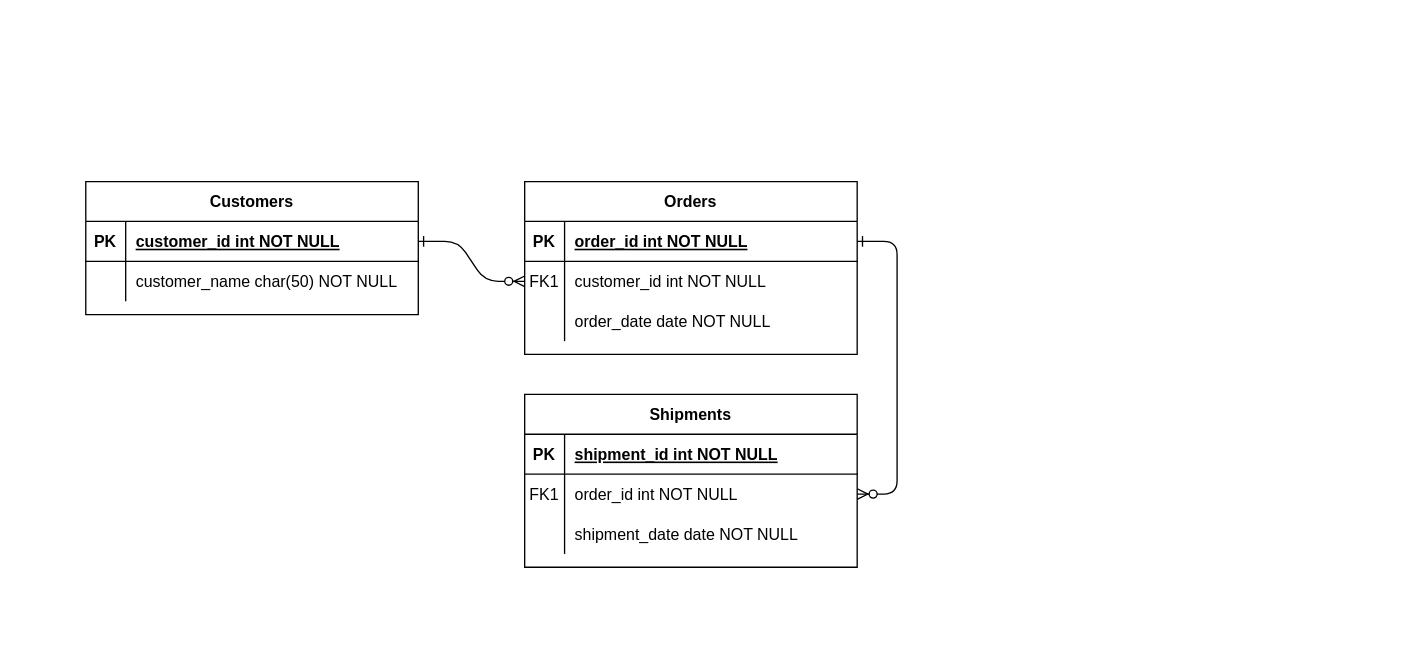
This is Diagrama sem nome.drawio from Leonardo-dSouza/meuprojetogit, a draw.io file, before an edit. Source tidied: cells renumbered, new cells numbered last; positions are measured from the earlier drawing's top-left corner, leaving out a move shared by most shapes. Both pictures are drawn from the tidied source at 133%, with x=0, y=0 at pixel (85, 181).
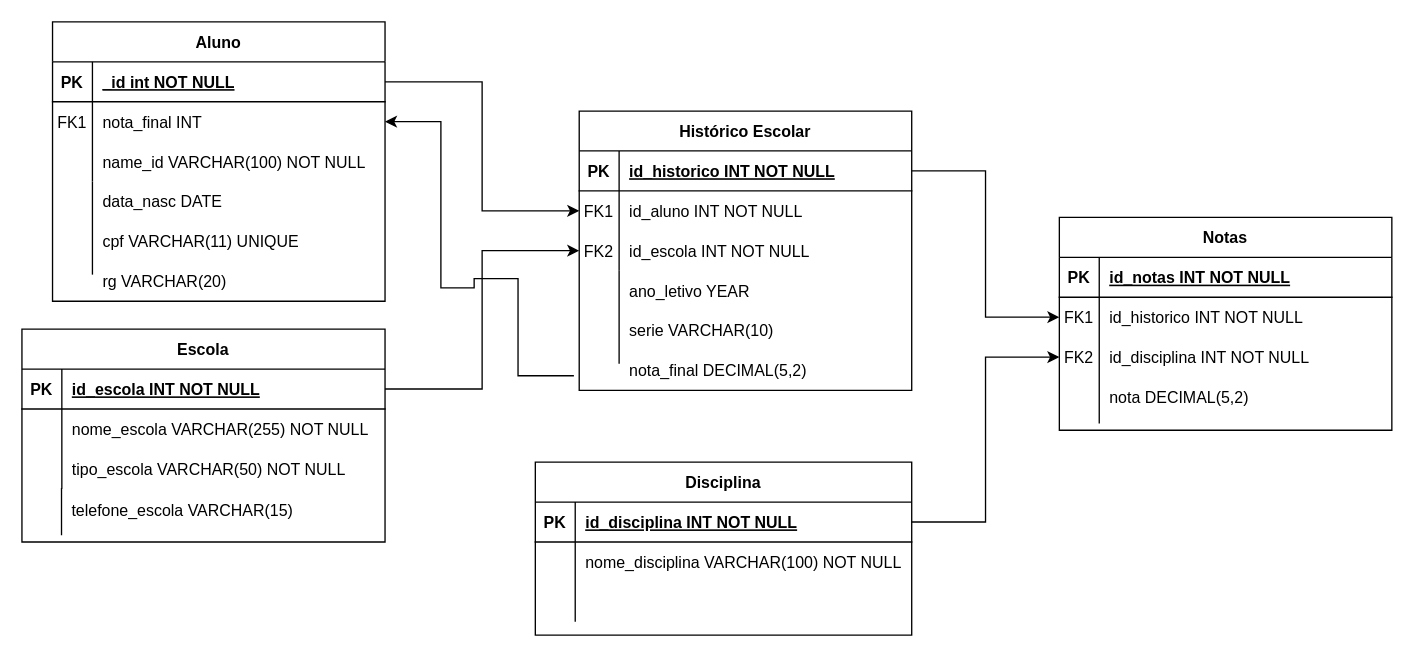
The same page after the edit.

Change to the diagram source:
```diff
@@
-    <mxCell id="2" style="edgeStyle=entityRelationEdgeStyle;endArrow=ERzeroToMany;startArrow=ERone;endFill=1;startFill=0;" parent="1" edge="1" source="25" target="8">
-      <mxGeometry relative="1" as="geometry" />
-    </mxCell>
-    <mxCell id="3" style="edgeStyle=entityRelationEdgeStyle;endArrow=ERzeroToMany;startArrow=ERone;endFill=1;startFill=0;" parent="1" edge="1" source="5" target="18">
-      <mxGeometry relative="1" as="geometry" />
-    </mxCell>
+    <mxCell id="31" value="Disciplina" style="shape=table;startSize=30;childLayout=tableLayout;rowLines=0;fontStyle=1;align=center;" parent="1" vertex="1">
+      <mxGeometry x="338" y="211" width="283" height="130" as="geometry" />
+    </mxCell>
+    <mxCell id="32" style="shape=partialRectangle;fillColor=none;points=[[0,0.5],[1,0.5]];portConstraint=eastwest;top=0;left=0;right=0;bottom=1;" parent="31" vertex="1">
+      <mxGeometry y="30" width="283" height="30" as="geometry" />
+    </mxCell>
+    <mxCell id="33" value="PK" style="shape=partialRectangle;overflow=hidden;fillColor=none;top=0;left=0;bottom=0;right=0;fontStyle=1;" parent="32" vertex="1">
+      <mxGeometry width="30" height="30" as="geometry" />
+    </mxCell>
+    <mxCell id="34" value="id_disciplina INT NOT NULL" style="shape=partialRectangle;overflow=hidden;fillColor=none;top=0;left=0;bottom=0;right=0;align=left;spacingLeft=6;fontStyle=5;" parent="32" vertex="1">
+      <mxGeometry x="30" width="253" height="30" as="geometry" />
+    </mxCell>
+    <mxCell id="35" style="shape=partialRectangle;fillColor=none;top=0;left=0;right=0;bottom=0;" parent="31" vertex="1">
+      <mxGeometry y="60" width="283" height="30" as="geometry" />
+    </mxCell>
+    <mxCell id="36" style="shape=partialRectangle;overflow=hidden;fillColor=none;top=0;left=0;bottom=0;right=0;" parent="35" vertex="1">
+      <mxGeometry width="30" height="30" as="geometry" />
+    </mxCell>
+    <mxCell id="37" value="nome_disciplina VARCHAR(100) NOT NULL" style="shape=partialRectangle;overflow=hidden;fillColor=none;top=0;left=0;bottom=0;right=0;align=left;spacingLeft=6;" parent="35" vertex="1">
+      <mxGeometry x="30" width="253" height="30" as="geometry" />
+    </mxCell>
+    <mxCell id="38" style="shape=partialRectangle;fillColor=none;top=0;left=0;right=0;bottom=0;" parent="31" vertex="1">
+      <mxGeometry y="90" width="283" height="30" as="geometry" />
+    </mxCell>
+    <mxCell id="39" style="shape=partialRectangle;overflow=hidden;fillColor=none;top=0;left=0;bottom=0;right=0;" parent="38" vertex="1">
+      <mxGeometry width="30" height="30" as="geometry" />
+    </mxCell>
+    <mxCell id="40" style="shape=partialRectangle;overflow=hidden;fillColor=none;top=0;left=0;bottom=0;right=0;align=left;spacingLeft=6;" parent="38" vertex="1">
+      <mxGeometry x="30" width="253" height="30" as="geometry" />
+    </mxCell>
+    <mxCell id="41" style="group;" parent="1" vertex="1">
+      <mxGeometry x="-25" y="-120" width="250" height="210" as="geometry" />
+    </mxCell>
+    <mxCell id="14" value="Aluno" style="shape=table;startSize=30;childLayout=tableLayout;rowLines=0;fontStyle=1;align=center;swimlaneLine=1;" parent="41" vertex="1">
+      <mxGeometry width="250" height="210" as="geometry" />
+    </mxCell>
+    <mxCell id="15" style="shape=partialRectangle;fillColor=none;points=[[0,0.5],[1,0.5]];portConstraint=eastwest;top=0;left=0;right=0;bottom=1;swimlaneLine=1;" parent="14" vertex="1">
+      <mxGeometry y="30" width="250" height="30" as="geometry" />
+    </mxCell>
+    <mxCell id="16" value="PK" style="shape=partialRectangle;overflow=hidden;fillColor=none;top=0;left=0;bottom=0;right=0;fontStyle=1;swimlaneLine=1;" parent="15" vertex="1">
+      <mxGeometry width="30" height="30" as="geometry" />
+    </mxCell>
+    <mxCell id="17" value="_id int NOT NULL " style="shape=partialRectangle;overflow=hidden;fillColor=none;top=0;left=0;bottom=0;right=0;align=left;spacingLeft=6;fontStyle=5;swimlaneLine=1;" parent="15" vertex="1">
+      <mxGeometry x="30" width="220" height="30" as="geometry" />
+    </mxCell>
+    <mxCell id="18" style="shape=partialRectangle;fillColor=none;points=[[0,0.5],[1,0.5]];portConstraint=eastwest;top=0;left=0;right=0;bottom=0;swimlaneLine=1;" parent="14" vertex="1">
+      <mxGeometry y="60" width="250" height="30" as="geometry" />
+    </mxCell>
+    <mxCell id="19" value="FK1" style="shape=partialRectangle;overflow=hidden;fillColor=none;top=0;left=0;bottom=0;right=0;swimlaneLine=1;" parent="18" vertex="1">
+      <mxGeometry width="30" height="30" as="geometry" />
+    </mxCell>
+    <mxCell id="20" value="nota_final INT" style="shape=partialRectangle;overflow=hidden;fillColor=none;top=0;left=0;bottom=0;right=0;align=left;spacingLeft=6;swimlaneLine=1;" parent="18" vertex="1">
+      <mxGeometry x="30" width="220" height="30" as="geometry" />
+    </mxCell>
+    <mxCell id="21" style="shape=partialRectangle;fillColor=none;top=0;left=0;right=0;bottom=0;swimlaneLine=1;" parent="14" vertex="1">
+      <mxGeometry y="90" width="250" height="30" as="geometry" />
+    </mxCell>
+    <mxCell id="22" style="shape=partialRectangle;overflow=hidden;fillColor=none;top=0;left=0;bottom=0;right=0;swimlaneLine=1;" parent="21" vertex="1">
+      <mxGeometry width="30" height="30" as="geometry" />
+    </mxCell>
+    <mxCell id="23" value="name_id VARCHAR(100) NOT NULL" style="shape=partialRectangle;overflow=hidden;fillColor=none;top=0;left=0;bottom=0;right=0;align=left;spacingLeft=6;swimlaneLine=1;" parent="21" vertex="1">
+      <mxGeometry x="30" width="220" height="30" as="geometry" />
+    </mxCell>
+    <mxCell id="42" style="line;strokeWidth=1;dashed=0;labelPosition=right;align=left;verticalAlign=middle;spacingTop=0;spacingLeft=6;rotation=90;swimlaneLine=1;" parent="41" vertex="1">
+      <mxGeometry x="-5" y="150" width="70" height="10" as="geometry" />
+    </mxCell>
+    <mxCell id="43" value="data_nasc DATE" style="shape=partialRectangle;overflow=hidden;fillColor=none;top=0;left=0;bottom=0;right=0;align=left;spacingLeft=6;swimlaneLine=1;" parent="41" vertex="1">
+      <mxGeometry x="30" y="120" width="220" height="30" as="geometry" />
+    </mxCell>
+    <mxCell id="44" value="cpf VARCHAR(11) UNIQUE" style="shape=partialRectangle;overflow=hidden;fillColor=none;top=0;left=0;bottom=0;right=0;align=left;spacingLeft=6;swimlaneLine=1;" parent="41" vertex="1">
+      <mxGeometry x="30" y="150" width="220" height="30" as="geometry" />
+    </mxCell>
+    <mxCell id="45" value="rg VARCHAR(20)" style="shape=partialRectangle;overflow=hidden;fillColor=none;top=0;left=0;bottom=0;right=0;align=left;spacingLeft=6;swimlaneLine=1;" parent="41" vertex="1">
+      <mxGeometry x="30" y="180" width="220" height="30" as="geometry" />
+    </mxCell>
+    <mxCell id="46" style="group;" parent="1" vertex="1">
+      <mxGeometry x="732" y="27" width="250" height="160" as="geometry" />
+    </mxCell>
+    <mxCell id="47" value="Notas" style="shape=table;startSize=30;childLayout=tableLayout;rowLines=0;fontStyle=1;align=center;" parent="46" vertex="1">
+      <mxGeometry width="250" height="160" as="geometry" />
+    </mxCell>
+    <mxCell id="48" style="shape=partialRectangle;fillColor=none;top=0;left=0;right=0;bottom=1;" parent="47" vertex="1">
+      <mxGeometry y="30" width="250" height="30" as="geometry" />
+    </mxCell>
+    <mxCell id="49" value="PK" style="shape=partialRectangle;overflow=hidden;fillColor=none;top=0;left=0;bottom=0;right=0;fontStyle=1;" parent="48" vertex="1">
+      <mxGeometry width="30" height="30" as="geometry" />
+    </mxCell>
+    <mxCell id="50" value="id_notas INT NOT NULL" style="shape=partialRectangle;overflow=hidden;fillColor=none;top=0;left=0;bottom=0;right=0;align=left;spacingLeft=6;fontStyle=5;" parent="48" vertex="1">
+      <mxGeometry x="30" width="220" height="30" as="geometry" />
+    </mxCell>
+    <mxCell id="51" style="shape=partialRectangle;fillColor=none;points=[[0,0.5],[1,0.5]];portConstraint=eastwest;top=0;left=0;right=0;bottom=0;" parent="47" vertex="1">
+      <mxGeometry y="60" width="250" height="30" as="geometry" />
+    </mxCell>
+    <mxCell id="52" value="FK1" style="shape=partialRectangle;overflow=hidden;fillColor=none;top=0;left=0;bottom=0;right=0;" parent="51" vertex="1">
+      <mxGeometry width="30" height="30" as="geometry" />
+    </mxCell>
+    <mxCell id="53" value="id_historico INT NOT NULL" style="shape=partialRectangle;overflow=hidden;fillColor=none;top=0;left=0;bottom=0;right=0;align=left;spacingLeft=6;" parent="51" vertex="1">
+      <mxGeometry x="30" width="220" height="30" as="geometry" />
+    </mxCell>
+    <mxCell id="54" style="shape=partialRectangle;fillColor=none;points=[[0,0.5],[1,0.5]];portConstraint=eastwest;top=0;left=0;right=0;bottom=0;" parent="47" vertex="1">
+      <mxGeometry y="90" width="250" height="30" as="geometry" />
+    </mxCell>
+    <mxCell id="55" value="FK2" style="shape=partialRectangle;overflow=hidden;fillColor=none;top=0;left=0;bottom=0;right=0;" parent="54" vertex="1">
+      <mxGeometry width="30" height="30" as="geometry" />
+    </mxCell>
+    <mxCell id="56" value="id_disciplina INT NOT NULL" style="shape=partialRectangle;overflow=hidden;fillColor=none;top=0;left=0;bottom=0;right=0;align=left;spacingLeft=6;" parent="54" vertex="1">
+      <mxGeometry x="30" width="220" height="30" as="geometry" />
+    </mxCell>
+    <mxCell id="57" style="line;strokeWidth=1;dashed=0;labelPosition=right;align=left;verticalAlign=middle;spacingTop=0;spacingLeft=6;rotation=90;swimlaneLine=1;" parent="46" vertex="1">
+      <mxGeometry x="12.5" y="132.5" width="35" height="10" as="geometry" />
+    </mxCell>
+    <mxCell id="58" value="nota DECIMAL(5,2)" style="shape=partialRectangle;overflow=hidden;fillColor=none;top=0;left=0;bottom=0;right=0;align=left;spacingLeft=6;swimlaneLine=1;" parent="46" vertex="1">
+      <mxGeometry x="30" y="120" width="220" height="30" as="geometry" />
+    </mxCell>
+    <mxCell id="59" style="group;" parent="1" vertex="1">
+      <mxGeometry x="371" y="-53" width="250" height="210" as="geometry" />
+    </mxCell>
+    <mxCell id="60" value="Histórico Escolar" style="shape=table;startSize=30;childLayout=tableLayout;rowLines=0;fontStyle=1;align=center;" parent="59" vertex="1">
+      <mxGeometry width="250" height="210" as="geometry" />
+    </mxCell>
+    <mxCell id="61" style="shape=partialRectangle;fillColor=none;points=[[0,0.5],[1,0.5]];portConstraint=eastwest;top=0;left=0;right=0;bottom=1;" parent="60" vertex="1">
+      <mxGeometry y="30" width="250" height="30" as="geometry" />
+    </mxCell>
+    <mxCell id="62" value="PK" style="shape=partialRectangle;overflow=hidden;fillColor=none;top=0;left=0;bottom=0;right=0;fontStyle=1;" parent="61" vertex="1">
+      <mxGeometry width="30" height="30" as="geometry" />
+    </mxCell>
+    <mxCell id="63" value="id_historico INT NOT NULL" style="shape=partialRectangle;overflow=hidden;fillColor=none;top=0;left=0;bottom=0;right=0;align=left;spacingLeft=6;fontStyle=5;" parent="61" vertex="1">
+      <mxGeometry x="30" width="220" height="30" as="geometry" />
+    </mxCell>
+    <mxCell id="64" style="shape=partialRectangle;fillColor=none;points=[[0,0.5],[1,0.5]];portConstraint=eastwest;top=0;left=0;right=0;bottom=0;" parent="60" vertex="1">
+      <mxGeometry y="60" width="250" height="30" as="geometry" />
+    </mxCell>
+    <mxCell id="65" value="FK1" style="shape=partialRectangle;overflow=hidden;fillColor=none;top=0;left=0;bottom=0;right=0;" parent="64" vertex="1">
+      <mxGeometry width="30" height="30" as="geometry" />
+    </mxCell>
+    <mxCell id="66" value="id_aluno INT NOT NULL" style="shape=partialRectangle;overflow=hidden;fillColor=none;top=0;left=0;bottom=0;right=0;align=left;spacingLeft=6;" parent="64" vertex="1">
+      <mxGeometry x="30" width="220" height="30" as="geometry" />
+    </mxCell>
+    <mxCell id="67" style="shape=partialRectangle;fillColor=none;points=[[0,0.5],[1,0.5]];portConstraint=eastwest;top=0;left=0;right=0;bottom=0;" parent="60" vertex="1">
+      <mxGeometry y="90" width="250" height="30" as="geometry" />
+    </mxCell>
+    <mxCell id="68" value="FK2" style="shape=partialRectangle;overflow=hidden;fillColor=none;top=0;left=0;bottom=0;right=0;" parent="67" vertex="1">
+      <mxGeometry width="30" height="30" as="geometry" />
+    </mxCell>
+    <mxCell id="69" value="id_escola INT NOT NULL" style="shape=partialRectangle;overflow=hidden;fillColor=none;top=0;left=0;bottom=0;right=0;align=left;spacingLeft=6;" parent="67" vertex="1">
+      <mxGeometry x="30" width="220" height="30" as="geometry" />
+    </mxCell>
+    <mxCell id="70" style="line;strokeWidth=1;dashed=0;labelPosition=right;align=left;verticalAlign=middle;spacingTop=0;spacingLeft=6;rotation=90;swimlaneLine=1;" parent="59" vertex="1">
+      <mxGeometry x="-5" y="150" width="70" height="10" as="geometry" />
+    </mxCell>
+    <mxCell id="71" value="ano_letivo YEAR" style="shape=partialRectangle;overflow=hidden;fillColor=none;top=0;left=0;bottom=0;right=0;align=left;spacingLeft=6;swimlaneLine=1;" parent="59" vertex="1">
+      <mxGeometry x="30" y="120" width="220" height="30" as="geometry" />
+    </mxCell>
+    <mxCell id="72" value="serie VARCHAR(10)" style="shape=partialRectangle;overflow=hidden;fillColor=none;top=0;left=0;bottom=0;right=0;align=left;spacingLeft=6;swimlaneLine=1;" parent="59" vertex="1">
+      <mxGeometry x="30" y="150" width="220" height="30" as="geometry" />
+    </mxCell>
+    <mxCell id="73" value="nota_final DECIMAL(5,2)" style="shape=partialRectangle;overflow=hidden;fillColor=none;top=0;left=0;bottom=0;right=0;align=left;spacingLeft=6;swimlaneLine=1;" parent="59" vertex="1">
+      <mxGeometry x="30" y="180" width="220" height="30" as="geometry" />
+    </mxCell>
+    <mxCell id="74" style="group;" parent="1" vertex="1">
+      <mxGeometry x="-48" y="111" width="273" height="160" as="geometry" />
+    </mxCell>
-    <mxCell id="4" value="Orders" style="shape=table;startSize=30;childLayout=tableLayout;rowLines=0;fontStyle=1;align=center;" parent="1" vertex="1">
-      <mxGeometry x="330" width="250" height="130" as="geometry" />
+    <mxCell id="4" value="Escola" style="shape=table;startSize=30;childLayout=tableLayout;rowLines=0;fontStyle=1;align=center;" parent="74" vertex="1">
+      <mxGeometry width="273" height="160" as="geometry" />
     </mxCell>
     <mxCell id="5" style="shape=partialRectangle;fillColor=none;points=[[0,0.5],[1,0.5]];portConstraint=eastwest;top=0;left=0;right=0;bottom=1;" parent="4" vertex="1">
-      <mxGeometry y="30" width="250" height="30" as="geometry" />
+      <mxGeometry y="30" width="273" height="30" as="geometry" />
     </mxCell>
@@
-    <mxCell id="7" value="order_id int NOT NULL " style="shape=partialRectangle;overflow=hidden;fillColor=none;top=0;left=0;bottom=0;right=0;align=left;spacingLeft=6;fontStyle=5;" parent="5" vertex="1">
-      <mxGeometry x="30" width="220" height="30" as="geometry" />
+    <mxCell id="7" value="id_escola INT NOT NULL" style="shape=partialRectangle;overflow=hidden;fillColor=none;top=0;left=0;bottom=0;right=0;align=left;spacingLeft=6;fontStyle=5;" parent="5" vertex="1">
+      <mxGeometry x="30" width="243" height="30" as="geometry" />
     </mxCell>
     <mxCell id="8" style="shape=partialRectangle;fillColor=none;points=[[0,0.5],[1,0.5]];portConstraint=eastwest;top=0;left=0;right=0;bottom=0;" parent="4" vertex="1">
-      <mxGeometry y="60" width="250" height="30" as="geometry" />
+      <mxGeometry y="60" width="273" height="30" as="geometry" />
     </mxCell>
-    <mxCell id="9" value="FK1" style="shape=partialRectangle;overflow=hidden;fillColor=none;top=0;left=0;bottom=0;right=0;" parent="8" vertex="1">
+    <mxCell id="9" value="   " style="shape=partialRectangle;overflow=hidden;fillColor=none;top=0;left=0;bottom=0;right=0;" parent="8" vertex="1">
       <mxGeometry width="30" height="30" as="geometry" />
     </mxCell>
-    <mxCell id="10" value="customer_id int NOT NULL" style="shape=partialRectangle;overflow=hidden;fillColor=none;top=0;left=0;bottom=0;right=0;align=left;spacingLeft=6;" parent="8" vertex="1">
-      <mxGeometry x="30" width="220" height="30" as="geometry" />
+    <mxCell id="10" value="nome_escola VARCHAR(255) NOT NULL" style="shape=partialRectangle;overflow=hidden;fillColor=none;top=0;left=0;bottom=0;right=0;align=left;spacingLeft=6;" parent="8" vertex="1">
+      <mxGeometry x="30" width="243" height="30" as="geometry" />
     </mxCell>
     <mxCell id="11" style="shape=partialRectangle;fillColor=none;top=0;left=0;right=0;bottom=0;" parent="4" vertex="1">
-      <mxGeometry y="90" width="250" height="30" as="geometry" />
+      <mxGeometry y="90" width="273" height="30" as="geometry" />
     </mxCell>
@@
-    <mxCell id="13" value="order_date date NOT NULL" style="shape=partialRectangle;overflow=hidden;fillColor=none;top=0;left=0;bottom=0;right=0;align=left;spacingLeft=6;" parent="11" vertex="1">
-      <mxGeometry x="30" width="220" height="30" as="geometry" />
+    <mxCell id="13" value="tipo_escola VARCHAR(50) NOT NULL" style="shape=partialRectangle;overflow=hidden;fillColor=none;top=0;left=0;bottom=0;right=0;align=left;spacingLeft=6;" parent="11" vertex="1">
+      <mxGeometry x="30" width="243" height="30" as="geometry" />
     </mxCell>
-    <mxCell id="14" value="Shipments" style="shape=table;startSize=30;childLayout=tableLayout;rowLines=0;fontStyle=1;align=center;" parent="1" vertex="1">
-      <mxGeometry x="330" y="160" width="250" height="130" as="geometry" />
-    </mxCell>
-    <mxCell id="15" style="shape=partialRectangle;fillColor=none;points=[[0,0.5],[1,0.5]];portConstraint=eastwest;top=0;left=0;right=0;bottom=1;" parent="14" vertex="1">
-      <mxGeometry y="30" width="250" height="30" as="geometry" />
-    </mxCell>
-    <mxCell id="16" value="PK" style="shape=partialRectangle;overflow=hidden;fillColor=none;top=0;left=0;bottom=0;right=0;fontStyle=1;" parent="15" vertex="1">
-      <mxGeometry width="30" height="30" as="geometry" />
-    </mxCell>
-    <mxCell id="17" value="shipment_id int NOT NULL " style="shape=partialRectangle;overflow=hidden;fillColor=none;top=0;left=0;bottom=0;right=0;align=left;spacingLeft=6;fontStyle=5;" parent="15" vertex="1">
-      <mxGeometry x="30" width="220" height="30" as="geometry" />
-    </mxCell>
-    <mxCell id="18" style="shape=partialRectangle;fillColor=none;points=[[0,0.5],[1,0.5]];portConstraint=eastwest;top=0;left=0;right=0;bottom=0;" parent="14" vertex="1">
-      <mxGeometry y="60" width="250" height="30" as="geometry" />
-    </mxCell>
-    <mxCell id="19" value="FK1" style="shape=partialRectangle;overflow=hidden;fillColor=none;top=0;left=0;bottom=0;right=0;" parent="18" vertex="1">
-      <mxGeometry width="30" height="30" as="geometry" />
-    </mxCell>
-    <mxCell id="20" value="order_id int NOT NULL" style="shape=partialRectangle;overflow=hidden;fillColor=none;top=0;left=0;bottom=0;right=0;align=left;spacingLeft=6;" parent="18" vertex="1">
-      <mxGeometry x="30" width="220" height="30" as="geometry" />
-    </mxCell>
-    <mxCell id="21" style="shape=partialRectangle;fillColor=none;top=0;left=0;right=0;bottom=0;" parent="14" vertex="1">
-      <mxGeometry y="90" width="250" height="30" as="geometry" />
-    </mxCell>
-    <mxCell id="22" style="shape=partialRectangle;overflow=hidden;fillColor=none;top=0;left=0;bottom=0;right=0;" parent="21" vertex="1">
-      <mxGeometry width="30" height="30" as="geometry" />
-    </mxCell>
-    <mxCell id="23" value="shipment_date date NOT NULL" style="shape=partialRectangle;overflow=hidden;fillColor=none;top=0;left=0;bottom=0;right=0;align=left;spacingLeft=6;" parent="21" vertex="1">
-      <mxGeometry x="30" width="220" height="30" as="geometry" />
-    </mxCell>
-    <mxCell id="24" value="Customers" style="shape=table;startSize=30;childLayout=tableLayout;rowLines=0;fontStyle=1;align=center;" parent="1" vertex="1">
-      <mxGeometry width="250" height="100" as="geometry" />
-    </mxCell>
-    <mxCell id="25" style="shape=partialRectangle;fillColor=none;points=[[0,0.5],[1,0.5]];portConstraint=eastwest;top=0;left=0;right=0;bottom=1;" parent="24" vertex="1">
-      <mxGeometry y="30" width="250" height="30" as="geometry" />
-    </mxCell>
-    <mxCell id="26" value="PK" style="shape=partialRectangle;overflow=hidden;fillColor=none;top=0;left=0;bottom=0;right=0;fontStyle=1;" parent="25" vertex="1">
-      <mxGeometry width="30" height="30" as="geometry" />
-    </mxCell>
-    <mxCell id="27" value="customer_id int NOT NULL " style="shape=partialRectangle;overflow=hidden;fillColor=none;top=0;left=0;bottom=0;right=0;align=left;spacingLeft=6;fontStyle=5;" parent="25" vertex="1">
-      <mxGeometry x="30" width="220" height="30" as="geometry" />
-    </mxCell>
-    <mxCell id="28" style="shape=partialRectangle;fillColor=none;top=0;left=0;right=0;bottom=0;" parent="24" vertex="1">
-      <mxGeometry y="60" width="250" height="30" as="geometry" />
-    </mxCell>
-    <mxCell id="29" style="shape=partialRectangle;overflow=hidden;fillColor=none;top=0;left=0;bottom=0;right=0;" parent="28" vertex="1">
-      <mxGeometry width="30" height="30" as="geometry" />
-    </mxCell>
-    <mxCell id="30" value="customer_name char(50) NOT NULL" style="shape=partialRectangle;overflow=hidden;fillColor=none;top=0;left=0;bottom=0;right=0;align=left;spacingLeft=6;" parent="28" vertex="1">
-      <mxGeometry x="30" width="220" height="30" as="geometry" />
-    </mxCell>
+    <mxCell id="75" style="line;strokeWidth=1;dashed=0;labelPosition=right;align=left;verticalAlign=middle;spacingTop=0;spacingLeft=6;rotation=90;swimlaneLine=1;" parent="74" vertex="1">
+      <mxGeometry x="12" y="132.2" width="35.5" height="10" as="geometry" />
+    </mxCell>
+    <mxCell id="76" value="telefone_escola VARCHAR(15)" style="shape=partialRectangle;overflow=hidden;fillColor=none;top=0;left=0;bottom=0;right=0;align=left;spacingLeft=6;swimlaneLine=1;" parent="74" vertex="1">
+      <mxGeometry x="29.7" y="121" width="240.2" height="30" as="geometry" />
+    </mxCell>
+    <mxCell id="77" style="edgeStyle=orthogonalEdgeStyle;rounded=0;jettySize=auto;html=1;exitX=1;exitY=0.5;exitDx=0;exitDy=0;entryX=0;entryY=0.5;entryDx=0;entryDy=0;" parent="1" edge="1" source="15" target="64">
+      <mxGeometry relative="1" as="geometry" />
+    </mxCell>
+    <mxCell id="78" style="edgeStyle=orthogonalEdgeStyle;rounded=0;jettySize=auto;html=1;exitX=1;exitY=0.5;exitDx=0;exitDy=0;entryX=0;entryY=0.5;entryDx=0;entryDy=0;" parent="1" edge="1" source="5" target="67">
+      <mxGeometry relative="1" as="geometry" />
+    </mxCell>
+    <mxCell id="79" style="edgeStyle=orthogonalEdgeStyle;rounded=0;jettySize=auto;html=1;exitX=1;exitY=0.5;exitDx=0;exitDy=0;entryX=0;entryY=0.5;entryDx=0;entryDy=0;" parent="1" edge="1" source="32" target="54">
+      <mxGeometry relative="1" as="geometry" />
+    </mxCell>
+    <mxCell id="80" style="edgeStyle=orthogonalEdgeStyle;rounded=0;jettySize=auto;html=1;exitX=1;exitY=0.5;exitDx=0;exitDy=0;entryX=0;entryY=0.5;entryDx=0;entryDy=0;" parent="1" edge="1" source="61" target="51">
+      <mxGeometry relative="1" as="geometry" />
+    </mxCell>
+    <mxCell id="81" style="edgeStyle=orthogonalEdgeStyle;rounded=0;jettySize=auto;html=1;entryX=1;entryY=0.5;entryDx=0;entryDy=0;" parent="1" edge="1" target="18">
+      <mxGeometry relative="1" as="geometry">
+        <mxPoint x="367" y="146" as="sourcePoint" />
+        <Array as="points">
+          <mxPoint x="325" y="146" />
+          <mxPoint x="325" y="73" />
+          <mxPoint x="292" y="73" />
+          <mxPoint x="292" y="80" />
+          <mxPoint x="267" y="80" />
+          <mxPoint x="267" y="-45" />
+        </Array>
+      </mxGeometry>
+    </mxCell>
```
